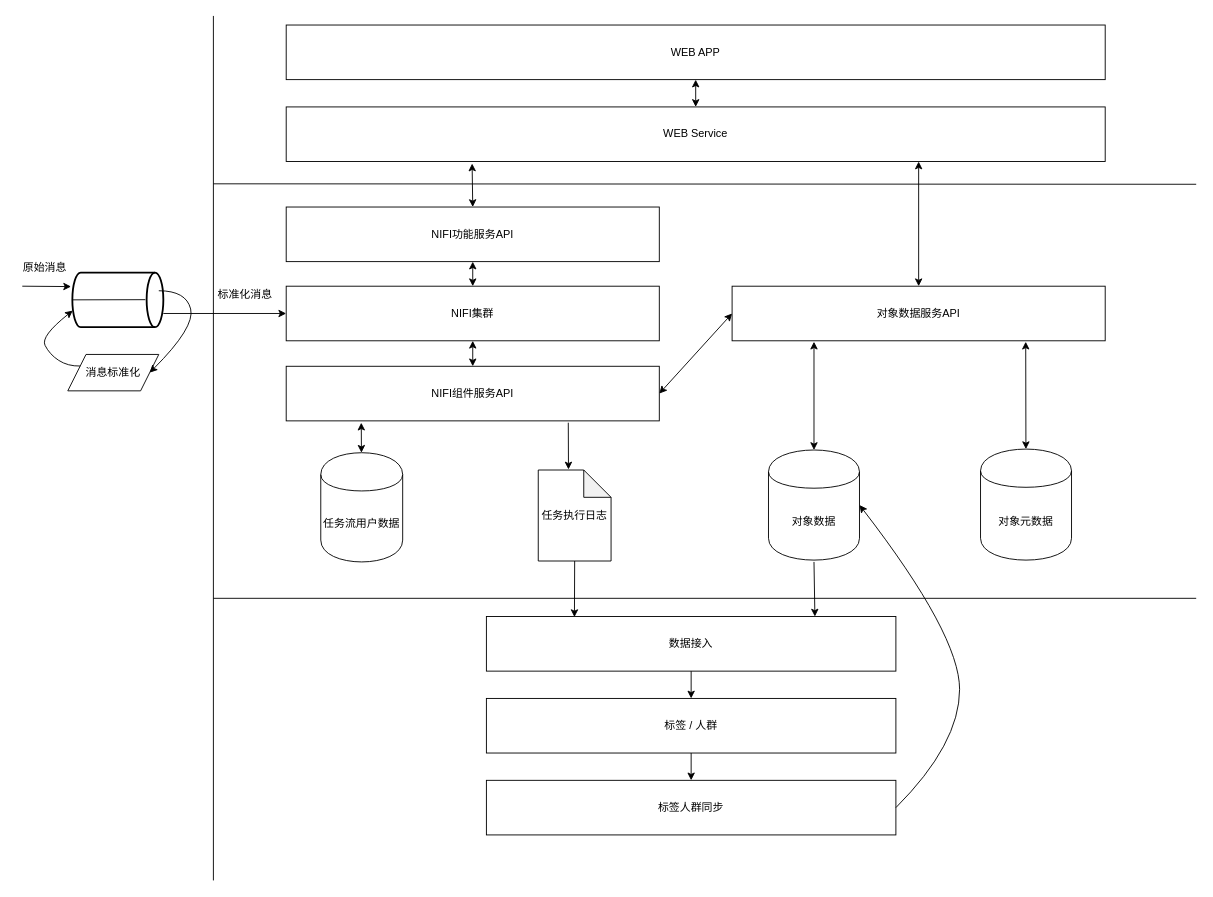
superjoeye/adhoc keeps this draw.io diagram as MA_system_dataflow.drawio. Above is the earlier version. Source tidied: cells renumbered, new cells numbered last; positions are measured from the earlier drawing's top-left corner, leaving out a move shared by most shapes. Both pictures are drawn from the tidied source at 91%, with x=0, y=0 at pixel (22, 15).
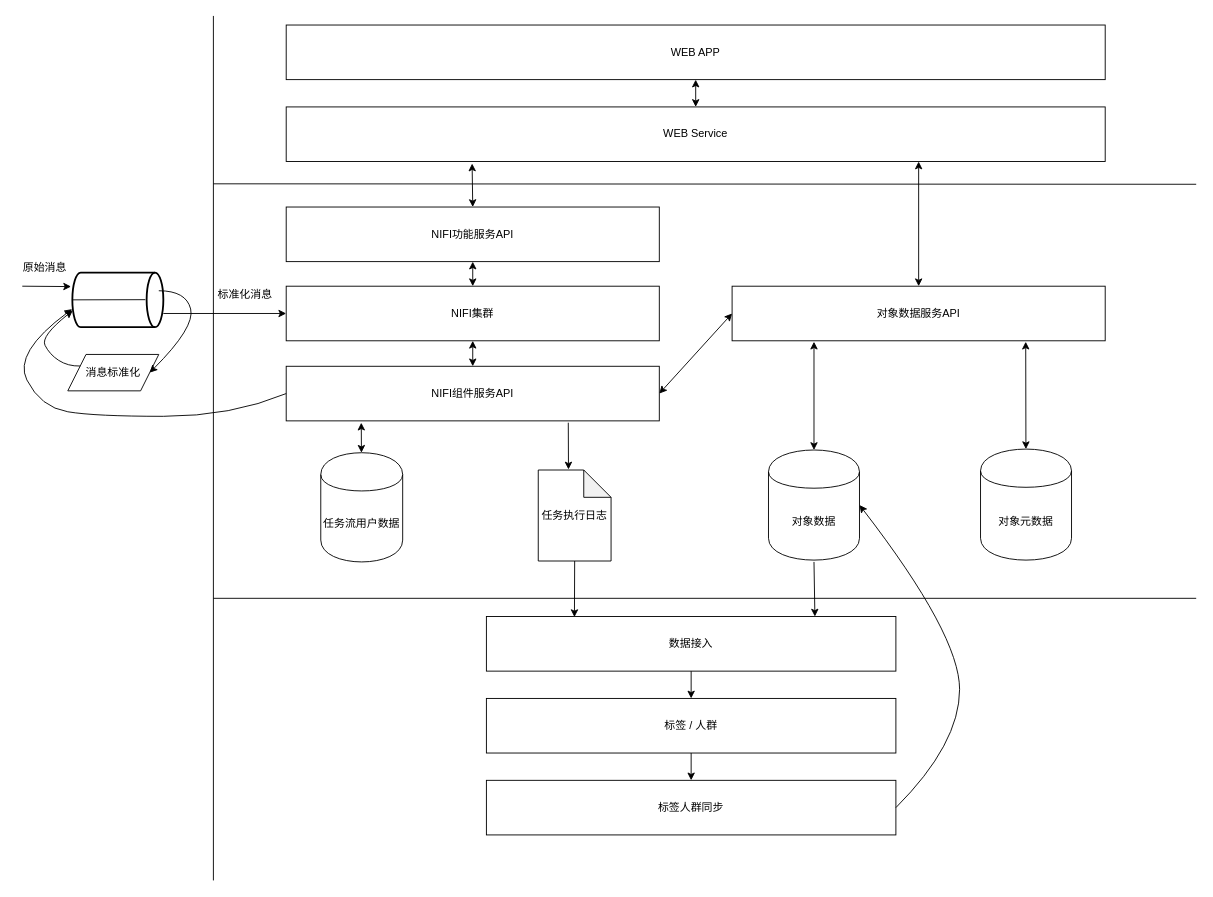
After the change.

Unchanged cells that the change refers to:
```xml
<mxCell id="3" style="strokeWidth=2;html=1;shape=mxgraph.flowchart.direct_data;whiteSpace=wrap;" parent="2" vertex="1">
  <mxGeometry width="100" height="60" as="geometry" />
</mxCell>
<mxCell id="17" value="NIFI组件服务API" style="rounded=0;whiteSpace=wrap;html=1;" parent="1" vertex="1">
  <mxGeometry x="290" y="385" width="410" height="60" as="geometry" />
</mxCell>
```

What changed in the source:
```diff
@@
+    <mxCell id="43" style="curved=1;endArrow=classic;html=1;exitX=0;exitY=0.5;exitDx=0;exitDy=0;entryX=-0.002;entryY=0.67;entryDx=0;entryDy=0;entryPerimeter=0;" parent="1" edge="1" source="17" target="3">
+      <mxGeometry relative="1" as="geometry">
+        <Array as="points">
+          <mxPoint x="230" y="440" />
+          <mxPoint x="80" y="440" />
+          <mxPoint x="20" y="430" />
+          <mxPoint x="-10" y="370" />
+        </Array>
+      </mxGeometry>
+    </mxCell>
```
